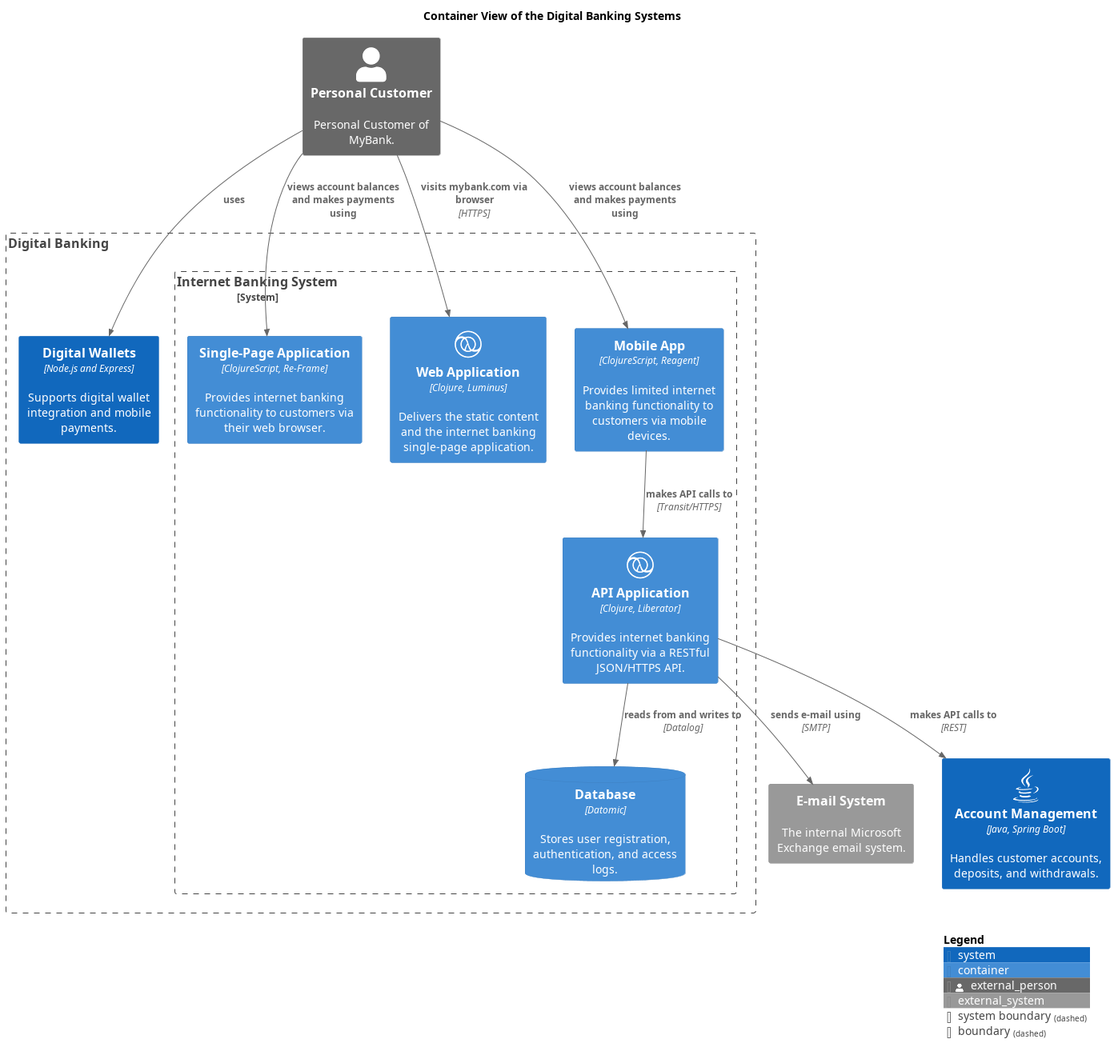
This is docs/mybank/digital-banking/container-view.png from soulspace-org/my-bank-model, a PlantUML export, as it was before one commit.
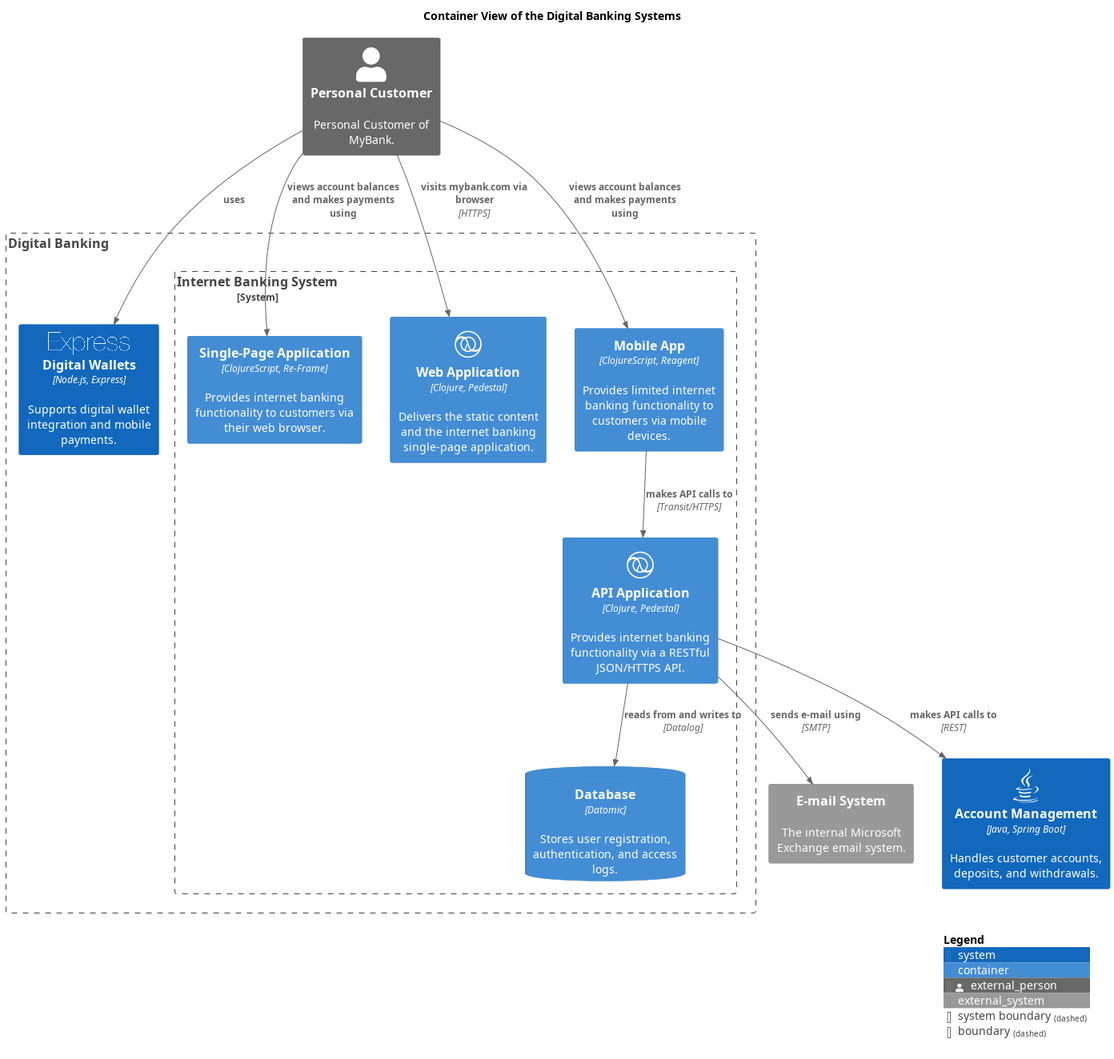
Later version of the same file.

What changed in the source:
```diff
@@ -6,6 +6,7 @@
 !include <azure/AzureC4Integration>
 !include <tupadr3/common>
 !include <tupadr3/devicons/clojure>
+!include <logos/express>
 !include <tupadr3/font-awesome-5/java>
 
 
@@ -17,11 +18,11 @@
 title Container View of the Digital Banking Systems
 System_Ext(mybank_emailSystem, "E-mail System", $descr="The internal Microsoft Exchange email system.")
 Boundary(mybank_digitalBanking_contextBoundary, "Digital Banking") {
-  System(mybank_digitalBanking_digitalWalletsSystem, "Digital Wallets", $descr="Supports digital wallet integration and mobile payments.", $type="Node.js and Express")
+  System(mybank_digitalBanking_digitalWalletsSystem, "Digital Wallets", $descr="Supports digital wallet integration and mobile payments.", $type="Node.js, Express", $sprite="express")
   System_Boundary(mybank_digitalBanking_internetBankingSystem_internetBankingSystem, "Internet Banking System") {
-    Container(mybank_digitalBanking_internetBankingSystem_apiApplication, "API Application", $descr="Provides internet banking functionality via a RESTful JSON/HTTPS API.", $techn="Clojure, Liberator", $sprite="clojure")
+    Container(mybank_digitalBanking_internetBankingSystem_apiApplication, "API Application", $descr="Provides internet banking functionality via a RESTful JSON/HTTPS API.", $techn="Clojure, Pedestal", $sprite="clojure")
     Container(mybank_digitalBanking_internetBankingSystem_singlePageApp, "Single-Page Application", $descr="Provides internet banking functionality to customers via their web browser.", $techn="ClojureScript, Re-Frame")
-    Container(mybank_digitalBanking_internetBankingSystem_webApp, "Web Application", $descr="Delivers the static content and the internet banking single-page application.", $techn="Clojure, Luminus", $sprite="clojure")
+    Container(mybank_digitalBanking_internetBankingSystem_webApp, "Web Application", $descr="Delivers the static content and the internet banking single-page application.", $techn="Clojure, Pedestal", $sprite="clojure")
     Container(mybank_digitalBanking_internetBankingSystem_mobileApp, "Mobile App", $descr="Provides limited internet banking functionality to customers via mobile devices.", $techn="ClojureScript, Reagent")
     ContainerDb(mybank_digitalBanking_internetBankingSystem_database, "Database", $descr="Stores user registration, authentication, and access logs.", $techn="Datomic")
   }
```
